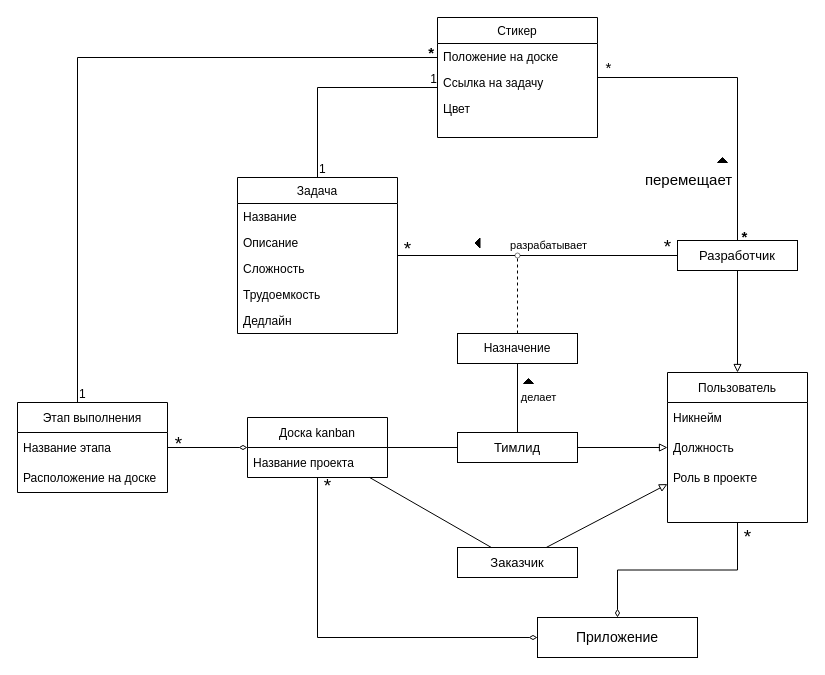
Before: Модель предметной области.drawio in Stasychbr/Kanban, a draw.io diagram. Source tidied: cells renumbered, new cells numbered last; positions are measured from the earlier drawing's top-left corner, leaving out a move shared by most shapes. Both pictures are drawn from the tidied source at 100%, with x=0, y=0 at pixel (17, 17).
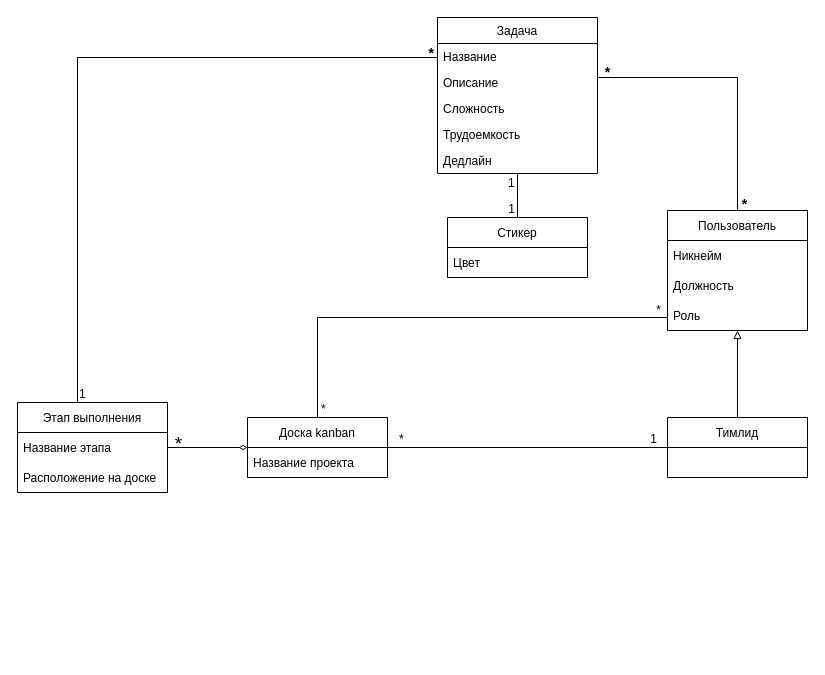
The same page after the edit.

The change refers to these unchanged cells:
```xml
<mxCell id="8" value="Доска kanban" style="swimlane;fontStyle=0;horizontal=1;startSize=30;comic=0;" parent="1" vertex="1">
  <mxGeometry x="230" y="400" width="140" height="60" as="geometry" />
</mxCell>
```

The edit, as a diff of the source:
```diff
@@
-    <mxCell id="2" value="Задача" style="swimlane;fontStyle=0;align=center;verticalAlign=top;horizontal=1;startSize=26;rounded=0;shadow=0;strokeWidth=1;comic=0;" parent="1" vertex="1">
-      <mxGeometry x="220" y="160" width="160" height="156" as="geometry" />
-    </mxCell>
-    <mxCell id="3" value="Название" style="text;align=left;verticalAlign=top;spacingLeft=4;spacingRight=4;overflow=hidden;" parent="2" vertex="1">
-      <mxGeometry y="26" width="160" height="26" as="geometry" />
-    </mxCell>
-    <mxCell id="4" value="Описание" style="text;align=left;verticalAlign=top;spacingLeft=4;spacingRight=4;overflow=hidden;rounded=0;shadow=0;html=0;" parent="2" vertex="1">
-      <mxGeometry y="52" width="160" height="26" as="geometry" />
-    </mxCell>
-    <mxCell id="5" value="Сложность" style="text;align=left;verticalAlign=top;spacingLeft=4;spacingRight=4;overflow=hidden;rounded=0;shadow=0;html=0;" parent="2" vertex="1">
-      <mxGeometry y="78" width="160" height="26" as="geometry" />
-    </mxCell>
-    <mxCell id="6" value="Трудоемкость" style="text;align=left;verticalAlign=top;spacingLeft=4;spacingRight=4;overflow=hidden;rounded=0;shadow=0;html=0;" parent="2" vertex="1">
-      <mxGeometry y="104" width="160" height="26" as="geometry" />
-    </mxCell>
-    <mxCell id="7" value="Дедлайн" style="text;align=left;verticalAlign=top;spacingLeft=4;spacingRight=4;overflow=hidden;rounded=0;shadow=0;html=0;" parent="2" vertex="1">
-      <mxGeometry y="130" width="160" height="26" as="geometry" />
-    </mxCell>
@@
-    <mxCell id="10" value="Пользователь" style="swimlane;fontStyle=0;horizontal=1;startSize=30;comic=0;" parent="1" vertex="1">
-      <mxGeometry x="650" y="355" width="140" height="150" as="geometry" />
-    </mxCell>
-    <mxCell id="11" value="Никнейм" style="text;strokeColor=none;fillColor=none;align=left;verticalAlign=middle;spacingLeft=4;spacingRight=4;overflow=hidden;comic=0;" parent="10" vertex="1">
-      <mxGeometry y="30" width="140" height="30" as="geometry" />
-    </mxCell>
-    <mxCell id="12" value="Должность" style="text;strokeColor=none;fillColor=none;align=left;verticalAlign=middle;spacingLeft=4;spacingRight=4;overflow=hidden;comic=0;" parent="10" vertex="1">
-      <mxGeometry y="60" width="140" height="30" as="geometry" />
-    </mxCell>
-    <mxCell id="13" value="Роль в проекте" style="text;strokeColor=none;fillColor=none;align=left;verticalAlign=middle;spacingLeft=4;spacingRight=4;overflow=hidden;comic=0;" parent="10" vertex="1">
-      <mxGeometry y="90" width="140" height="30" as="geometry" />
-    </mxCell>
-    <mxCell id="14" style="text;strokeColor=none;fillColor=none;align=left;verticalAlign=middle;spacingLeft=4;spacingRight=4;overflow=hidden;comic=0;" parent="10" vertex="1">
-      <mxGeometry y="120" width="140" height="30" as="geometry" />
-    </mxCell>
-    <mxCell id="15" value="Тимлид" style="rounded=0;whiteSpace=wrap;html=1;comic=0;fontSize=13;" parent="1" vertex="1">
-      <mxGeometry x="440" y="415" width="120" height="30" as="geometry" />
-    </mxCell>
-    <mxCell id="16" style="endArrow=none;html=1;rounded=0;fontSize=13;startArrow=block;startFill=0;" parent="1" edge="1" source="10" target="15">
-      <mxGeometry relative="1" as="geometry" />
-    </mxCell>
-    <mxCell id="17" style="endArrow=none;html=1;rounded=0;fontSize=13;" parent="1" edge="1" source="8" target="15">
-      <mxGeometry relative="1" as="geometry" />
-    </mxCell>
-    <mxCell id="18" value="Заказчик" style="rounded=0;whiteSpace=wrap;html=1;comic=0;fontSize=13;" parent="1" vertex="1">
-      <mxGeometry x="440" y="530" width="120" height="30" as="geometry" />
-    </mxCell>
-    <mxCell id="19" style="endArrow=none;html=1;rounded=0;fontSize=13;" parent="1" edge="1" source="18" target="8">
-      <mxGeometry relative="1" as="geometry" />
-    </mxCell>
-    <mxCell id="20" style="endArrow=none;html=1;rounded=0;fontSize=13;startArrow=block;startFill=0;" parent="1" edge="1" source="10" target="18">
-      <mxGeometry relative="1" as="geometry" />
-    </mxCell>
@@
-    <mxCell id="26" value="Разработчик" style="rounded=0;whiteSpace=wrap;html=1;comic=0;fontSize=13;" parent="1" vertex="1">
-      <mxGeometry x="660" y="223" width="120" height="30" as="geometry" />
-    </mxCell>
-    <mxCell id="27" style="endArrow=none;html=1;rounded=0;fontSize=13;startArrow=block;startFill=0;entryX=0.5;entryY=1;entryDx=0;entryDy=0;exitX=0.5;exitY=0;exitDx=0;exitDy=0;" parent="1" edge="1" source="10" target="26">
-      <mxGeometry relative="1" as="geometry" />
-    </mxCell>
-    <mxCell id="28" value="*" style="endArrow=none;html=1;rounded=0;fontSize=19;endFill=0;labelBackgroundColor=none;" parent="1" edge="1" source="2" target="26">
-      <mxGeometry x="0.93" y="8" relative="1" as="geometry" />
-    </mxCell>
-    <mxCell id="29" value="*" style="edgeLabel;html=1;align=center;verticalAlign=middle;fontSize=19;labelBackgroundColor=none;" parent="28" vertex="1">
-      <mxGeometry x="-0.43" y="3" relative="1" as="geometry">
-        <mxPoint x="-71" y="-4" as="offset" />
-      </mxGeometry>
-    </mxCell>
-    <mxCell id="30" value="разрабатывает" style="edgeLabel;html=1;align=center;verticalAlign=middle;" parent="28" vertex="1">
-      <mxGeometry x="0.07" relative="1" as="geometry">
-        <mxPoint y="-11" as="offset" />
-      </mxGeometry>
-    </mxCell>
-    <mxCell id="31" value="Приложение" style="rounded=0;whiteSpace=wrap;html=1;labelBackgroundColor=none;comic=0;fontSize=14;" parent="1" vertex="1">
-      <mxGeometry x="520" y="600" width="160" height="40" as="geometry" />
-    </mxCell>
-    <mxCell id="32" value="*" style="endArrow=none;html=1;rounded=0;labelBackgroundColor=none;fontSize=19;endFill=0;startArrow=diamondThin;startFill=0;" parent="1" edge="1" source="31" target="8">
-      <mxGeometry x="0.95" y="-10" relative="1" as="geometry">
-        <Array as="points">
-          <mxPoint x="300" y="620" />
-        </Array>
-      </mxGeometry>
-    </mxCell>
-    <mxCell id="33" style="endArrow=none;html=1;rounded=0;labelBackgroundColor=none;fontSize=19;startArrow=diamondThin;startFill=0;edgeStyle=orthogonalEdgeStyle;" parent="1" edge="1" source="31" target="10">
-      <mxGeometry relative="1" as="geometry" />
-    </mxCell>
-    <mxCell id="34" value="*" style="edgeLabel;html=1;align=center;verticalAlign=middle;fontSize=19;labelBackgroundColor=none;" parent="33" vertex="1">
-      <mxGeometry x="0.24" y="1" relative="1" as="geometry">
-        <mxPoint x="44" y="-32" as="offset" />
-      </mxGeometry>
-    </mxCell>
-    <mxCell id="35" value="Назначение" style="rounded=0;whiteSpace=wrap;html=1;" parent="1" vertex="1">
-      <mxGeometry x="440" y="316" width="120" height="30" as="geometry" />
-    </mxCell>
-    <mxCell id="36" style="endArrow=none;html=1;rounded=0;" parent="1" edge="1" source="15" target="35">
-      <mxGeometry relative="1" as="geometry" />
-    </mxCell>
-    <mxCell id="37" value="делает" style="edgeLabel;html=1;align=center;verticalAlign=middle;" parent="36" vertex="1">
-      <mxGeometry x="-0.23" y="1" relative="1" as="geometry">
-        <mxPoint x="21" y="-9" as="offset" />
-      </mxGeometry>
-    </mxCell>
-    <mxCell id="38" style="verticalLabelPosition=bottom;verticalAlign=top;html=1;shape=mxgraph.basic.acute_triangle;dx=0.5;fillColor=#000000;" parent="1" vertex="1">
-      <mxGeometry x="506" y="361" width="10" height="5" as="geometry" />
-    </mxCell>
-    <mxCell id="39" style="verticalLabelPosition=bottom;verticalAlign=top;html=1;shape=mxgraph.basic.acute_triangle;dx=0.5;fillColor=#000000;rotation=-90;" parent="1" vertex="1">
-      <mxGeometry x="455" y="223" width="10" height="5" as="geometry" />
-    </mxCell>
-    <mxCell id="40" style="endArrow=none;dashed=1;html=1;rounded=0;" parent="1" edge="1" source="35">
-      <mxGeometry relative="1" as="geometry">
-        <mxPoint x="500" y="240" as="targetPoint" />
-      </mxGeometry>
-    </mxCell>
-    <mxCell id="41" style="strokeWidth=0.5;html=1;shape=mxgraph.flowchart.start_2;whiteSpace=wrap;fillColor=#FFFFFF;" parent="1" vertex="1">
-      <mxGeometry x="497.5" y="235.5" width="5" height="5" as="geometry" />
-    </mxCell>
-    <mxCell id="42" value="Стикер" style="swimlane;fontStyle=0;align=center;verticalAlign=top;horizontal=1;startSize=26;rounded=0;shadow=0;strokeWidth=1;comic=0;" parent="1" vertex="1">
-      <mxGeometry x="420" width="160" height="120" as="geometry" />
+    <mxCell id="42" value="Задача" style="swimlane;fontStyle=0;align=center;verticalAlign=top;horizontal=1;startSize=26;rounded=0;shadow=0;strokeWidth=1;comic=0;" parent="1" vertex="1">
+      <mxGeometry x="420" width="160" height="156" as="geometry" />
     </mxCell>
-    <mxCell id="43" value="Положение на доске" style="text;align=left;verticalAlign=top;spacingLeft=4;spacingRight=4;overflow=hidden;" parent="42" vertex="1">
+    <mxCell id="43" value="Название" style="text;align=left;verticalAlign=top;spacingLeft=4;spacingRight=4;overflow=hidden;" parent="42" vertex="1">
       <mxGeometry y="26" width="160" height="26" as="geometry" />
     </mxCell>
-    <mxCell id="44" value="Ссылка на задачу" style="text;align=left;verticalAlign=top;spacingLeft=4;spacingRight=4;overflow=hidden;rounded=0;shadow=0;html=0;" parent="42" vertex="1">
+    <mxCell id="44" value="Описание" style="text;align=left;verticalAlign=top;spacingLeft=4;spacingRight=4;overflow=hidden;rounded=0;shadow=0;html=0;" parent="42" vertex="1">
       <mxGeometry y="52" width="160" height="26" as="geometry" />
     </mxCell>
-    <mxCell id="45" value="Цвет" style="text;align=left;verticalAlign=top;spacingLeft=4;spacingRight=4;overflow=hidden;rounded=0;shadow=0;html=0;" parent="42" vertex="1">
+    <mxCell id="45" value="Сложность" style="text;align=left;verticalAlign=top;spacingLeft=4;spacingRight=4;overflow=hidden;rounded=0;shadow=0;html=0;" parent="42" vertex="1">
       <mxGeometry y="78" width="160" height="26" as="geometry" />
     </mxCell>
-    <mxCell id="46" style="endArrow=none;html=1;rounded=0;edgeStyle=orthogonalEdgeStyle;" parent="1" edge="1" source="2" target="42">
-      <mxGeometry relative="1" as="geometry">
-        <Array as="points">
-          <mxPoint x="300" y="70" />
-        </Array>
-      </mxGeometry>
-    </mxCell>
-    <mxCell id="47" value="1" style="html=1;align=left;verticalAlign=bottom;strokeWidth=0.5;fillColor=#FFFFFF;" parent="46" vertex="1">
-      <mxGeometry x="-1" relative="1" as="geometry" />
-    </mxCell>
-    <mxCell id="48" value="1" style="html=1;align=right;verticalAlign=bottom;strokeWidth=0.5;fillColor=#FFFFFF;" parent="46" vertex="1">
-      <mxGeometry x="1" relative="1" as="geometry" />
-    </mxCell>
+    <mxCell id="6" value="Трудоемкость" style="text;align=left;verticalAlign=top;spacingLeft=4;spacingRight=4;overflow=hidden;rounded=0;shadow=0;html=0;" parent="42" vertex="1">
+      <mxGeometry y="104" width="160" height="26" as="geometry" />
+    </mxCell>
+    <mxCell id="7" value="Дедлайн" style="text;align=left;verticalAlign=top;spacingLeft=4;spacingRight=4;overflow=hidden;rounded=0;shadow=0;html=0;" parent="42" vertex="1">
+      <mxGeometry y="130" width="160" height="26" as="geometry" />
+    </mxCell>
@@
-    <mxCell id="52" value="*" style="endArrow=none;html=1;rounded=0;fontSize=15;edgeStyle=orthogonalEdgeStyle;labelBackgroundColor=none;" parent="1" edge="1" source="42" target="26">
-      <mxGeometry x="-0.93" y="10" relative="1" as="geometry" />
-    </mxCell>
-    <mxCell id="53" value="перемещает" style="edgeLabel;html=1;align=center;verticalAlign=middle;fontSize=15;" parent="52" vertex="1">
-      <mxGeometry x="0.41" y="2" relative="1" as="geometry">
-        <mxPoint x="-52" y="27" as="offset" />
-      </mxGeometry>
-    </mxCell>
-    <mxCell id="54" value="*" style="edgeLabel;html=1;align=center;verticalAlign=middle;fontSize=15;labelBackgroundColor=none;fontStyle=1;" parent="52" vertex="1">
-      <mxGeometry x="0.84" y="1" relative="1" as="geometry">
-        <mxPoint x="5" y="19" as="offset" />
-      </mxGeometry>
-    </mxCell>
-    <mxCell id="55" style="verticalLabelPosition=bottom;verticalAlign=top;html=1;shape=mxgraph.basic.acute_triangle;dx=0.5;fillColor=#000000;" parent="1" vertex="1">
-      <mxGeometry x="700" y="140" width="10" height="5" as="geometry" />
-    </mxCell>
+    <mxCell id="56" style="edgeStyle=orthogonalEdgeStyle;rounded=0;jettySize=auto;html=1;fontSize=14;startArrow=none;startFill=0;endArrow=none;endFill=0;" parent="1" edge="1" source="10" target="42">
+      <mxGeometry relative="1" as="geometry">
+        <Array as="points">
+          <mxPoint x="720" y="60" />
+        </Array>
+      </mxGeometry>
+    </mxCell>
+    <mxCell id="57" value="*" style="edgeLabel;html=1;align=center;verticalAlign=middle;fontSize=14;fontStyle=1;labelBackgroundColor=none;" parent="56" vertex="1">
+      <mxGeometry x="-0.43" y="-3" relative="1" as="geometry">
+        <mxPoint x="-134" y="-61" as="offset" />
+      </mxGeometry>
+    </mxCell>
+    <mxCell id="58" value="*" style="edgeLabel;html=1;align=center;verticalAlign=middle;fontSize=14;labelBackgroundColor=none;fontStyle=1;" parent="56" vertex="1">
+      <mxGeometry x="-0.61" y="2" relative="1" as="geometry">
+        <mxPoint x="8" y="46" as="offset" />
+      </mxGeometry>
+    </mxCell>
+    <mxCell id="10" value="Пользователь" style="swimlane;fontStyle=0;horizontal=1;startSize=30;comic=0;" parent="1" vertex="1">
+      <mxGeometry x="650" y="193" width="140" height="120" as="geometry" />
+    </mxCell>
+    <mxCell id="11" value="Никнейм" style="text;strokeColor=none;fillColor=none;align=left;verticalAlign=middle;spacingLeft=4;spacingRight=4;overflow=hidden;comic=0;" parent="10" vertex="1">
+      <mxGeometry y="30" width="140" height="30" as="geometry" />
+    </mxCell>
+    <mxCell id="12" value="Должность" style="text;strokeColor=none;fillColor=none;align=left;verticalAlign=middle;spacingLeft=4;spacingRight=4;overflow=hidden;comic=0;" parent="10" vertex="1">
+      <mxGeometry y="60" width="140" height="30" as="geometry" />
+    </mxCell>
+    <mxCell id="59" value="Роль" style="text;strokeColor=none;fillColor=none;align=left;verticalAlign=middle;spacingLeft=4;spacingRight=4;overflow=hidden;comic=0;" parent="10" vertex="1">
+      <mxGeometry y="90" width="140" height="30" as="geometry" />
+    </mxCell>
+    <mxCell id="60" style="rounded=0;jettySize=auto;html=1;endArrow=block;endFill=0;" parent="1" edge="1" source="15" target="10">
+      <mxGeometry relative="1" as="geometry" />
+    </mxCell>
+    <mxCell id="15" value="Тимлид" style="swimlane;fontStyle=0;horizontal=1;startSize=30;comic=0;" parent="1" vertex="1">
+      <mxGeometry x="650" y="400" width="140" height="60" as="geometry" />
+    </mxCell>
+    <mxCell id="17" style="endArrow=none;html=1;rounded=0;" parent="1" edge="1" source="8" target="15">
+      <mxGeometry relative="1" as="geometry" />
+    </mxCell>
+    <mxCell id="61" value="*" style="html=1;align=left;verticalAlign=bottom;" parent="17" vertex="1">
+      <mxGeometry x="-1" relative="1" as="geometry">
+        <mxPoint x="10" as="offset" />
+      </mxGeometry>
+    </mxCell>
+    <mxCell id="62" value="1" style="html=1;align=right;verticalAlign=bottom;" parent="17" vertex="1">
+      <mxGeometry x="1" relative="1" as="geometry">
+        <mxPoint x="-10" as="offset" />
+      </mxGeometry>
+    </mxCell>
+    <mxCell id="63" value="Стикер" style="swimlane;fontStyle=0;horizontal=1;startSize=30;comic=0;" parent="1" vertex="1">
+      <mxGeometry x="430" y="200" width="140" height="60" as="geometry" />
+    </mxCell>
+    <mxCell id="64" value="Цвет" style="text;strokeColor=none;fillColor=none;align=left;verticalAlign=middle;spacingLeft=4;spacingRight=4;overflow=hidden;comic=0;" parent="63" vertex="1">
+      <mxGeometry y="30" width="140" height="30" as="geometry" />
+    </mxCell>
+    <mxCell id="65" style="endArrow=none;html=1;rounded=0;comic=0;" parent="1" edge="1" source="42" target="63">
+      <mxGeometry relative="1" as="geometry" />
+    </mxCell>
+    <mxCell id="66" value="1" style="html=1;align=left;verticalAlign=bottom;" parent="65" vertex="1">
+      <mxGeometry x="-1" relative="1" as="geometry">
+        <mxPoint x="-11" y="18" as="offset" />
+      </mxGeometry>
+    </mxCell>
+    <mxCell id="67" value="1" style="html=1;align=right;verticalAlign=bottom;" parent="65" vertex="1">
+      <mxGeometry x="1" relative="1" as="geometry">
+        <mxPoint x="-2" as="offset" />
+      </mxGeometry>
+    </mxCell>
+    <mxCell id="68" style="endArrow=none;html=1;rounded=0;edgeStyle=orthogonalEdgeStyle;" parent="1" edge="1" source="8" target="10">
+      <mxGeometry relative="1" as="geometry">
+        <Array as="points">
+          <mxPoint x="300" y="300" />
+        </Array>
+      </mxGeometry>
+    </mxCell>
+    <mxCell id="69" value="*" style="html=1;align=left;verticalAlign=bottom;" parent="68" vertex="1">
+      <mxGeometry x="-1" relative="1" as="geometry">
+        <mxPoint x="2" as="offset" />
+      </mxGeometry>
+    </mxCell>
+    <mxCell id="70" value="*" style="html=1;align=right;verticalAlign=bottom;" parent="68" vertex="1">
+      <mxGeometry x="1" relative="1" as="geometry">
+        <mxPoint x="-6" y="1" as="offset" />
+      </mxGeometry>
+    </mxCell>
```
